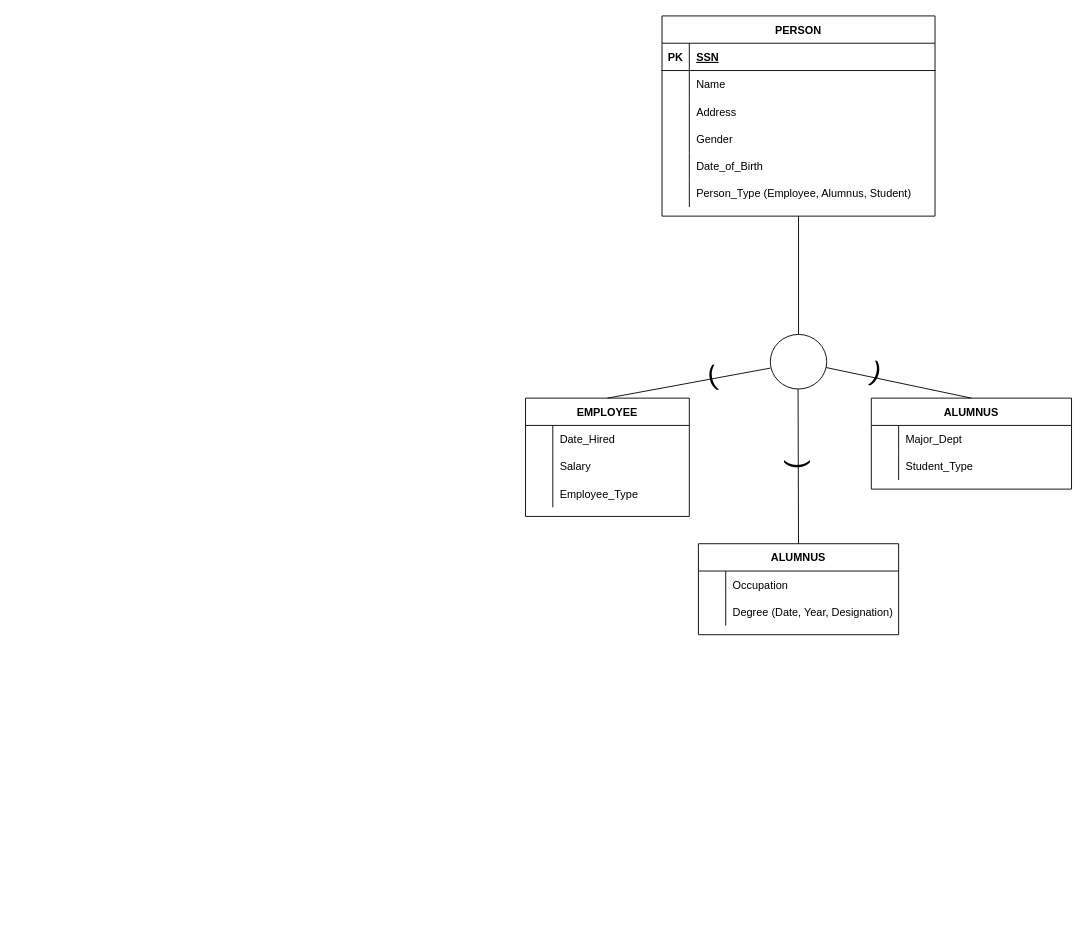
This is EERD.drawio from genebit/draw.io-diagrams, a draw.io file, before an edit. Source tidied: cells renumbered, new cells numbered last; positions are measured from the earlier drawing's top-left corner, leaving out a move shared by most shapes. Both pictures are drawn from the tidied source at 91%, with x=0, y=0 at pixel (525, 15).
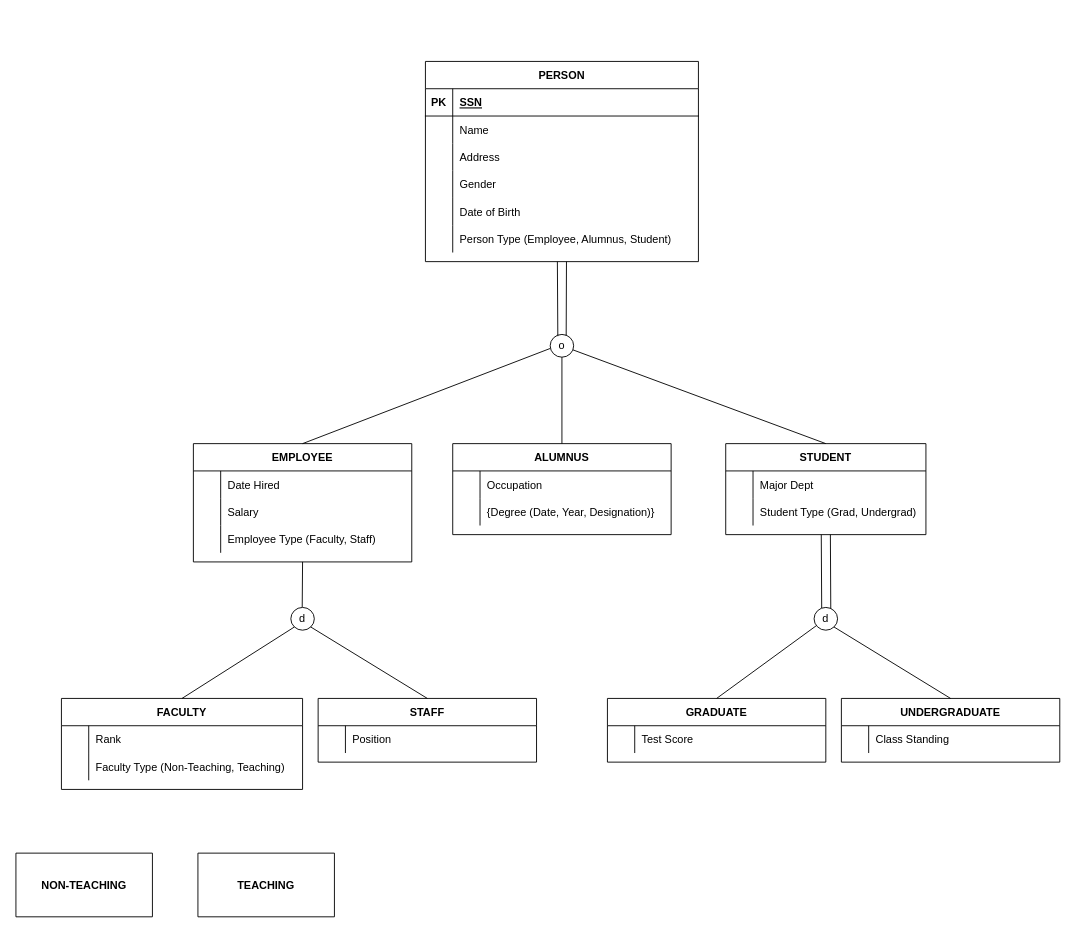
After the change.

Unchanged cells that the change refers to:
```xml
<mxCell id="15" style="shape=tableRow;horizontal=0;startSize=0;swimlaneHead=0;swimlaneBody=0;fillColor=none;top=0;left=0;right=0;bottom=0;" parent="2" vertex="1">
  <mxGeometry y="150" width="300" height="30" as="geometry" />
</mxCell>
<mxCell id="18" style="shape=tableRow;horizontal=0;startSize=0;swimlaneHead=0;swimlaneBody=0;fillColor=none;top=0;left=0;right=0;bottom=0;" parent="2" vertex="1">
  <mxGeometry y="180" width="300" height="30" as="geometry" />
</mxCell>
<mxCell id="41" style="shape=tableRow;horizontal=0;startSize=0;swimlaneHead=0;swimlaneBody=0;fillColor=none;top=0;left=0;right=0;bottom=0;" parent="40" vertex="1">
  <mxGeometry y="30" width="220" height="30" as="geometry" />
</mxCell>
<mxCell id="44" style="shape=tableRow;horizontal=0;startSize=0;swimlaneHead=0;swimlaneBody=0;fillColor=none;top=0;left=0;right=0;bottom=0;" parent="40" vertex="1">
  <mxGeometry y="60" width="220" height="30" as="geometry" />
</mxCell>
```

Change to the diagram source:
```diff
@@
     <mxCell id="2" value="PERSON" style="shape=table;startSize=30;childLayout=tableLayout;rowLines=0;fontStyle=1;align=center;" parent="1" vertex="1">
-      <mxGeometry x="150" width="300" height="220" as="geometry" />
+      <mxGeometry x="-110" y="50" width="300" height="220" as="geometry" />
     </mxCell>
@@
-    <mxCell id="17" value="Date_of_Birth" style="shape=partialRectangle;fillColor=none;top=0;left=0;bottom=0;right=0;align=left;spacingLeft=6;overflow=hidden;" parent="15" vertex="1">
+    <mxCell id="17" value="Date of Birth" style="shape=partialRectangle;fillColor=none;top=0;left=0;bottom=0;right=0;align=left;spacingLeft=6;overflow=hidden;" parent="15" vertex="1">
       <mxGeometry x="30" width="270" height="30" as="geometry" />
     </mxCell>
@@
-    <mxCell id="20" value="Person_Type (Employee, Alumnus, Student)" style="shape=partialRectangle;fillColor=none;top=0;left=0;bottom=0;right=0;align=left;spacingLeft=6;overflow=hidden;" parent="18" vertex="1">
+    <mxCell id="20" value="Person Type (Employee, Alumnus, Student)" style="shape=partialRectangle;fillColor=none;top=0;left=0;bottom=0;right=0;align=left;spacingLeft=6;overflow=hidden;" parent="18" vertex="1">
       <mxGeometry x="30" width="270" height="30" as="geometry" />
     </mxCell>
-    <mxCell id="21" style="endArrow=none;html=1;rounded=0;exitX=0.5;exitY=1;exitDx=0;exitDy=0;" parent="1" edge="1" source="2">
-      <mxGeometry relative="1" as="geometry">
-        <mxPoint x="300" y="350" as="targetPoint" />
-      </mxGeometry>
-    </mxCell>
-    <mxCell id="22" style="ellipse;whiteSpace=wrap;html=1;" parent="1" vertex="1">
-      <mxGeometry x="269" y="350" width="62" height="60" as="geometry" />
+    <mxCell id="22" value="o" style="ellipse;whiteSpace=wrap;html=1;" parent="1" vertex="1">
+      <mxGeometry x="27.1" y="350" width="25.8" height="25" as="geometry" />
     </mxCell>
     <mxCell id="23" value="EMPLOYEE" style="shape=table;startSize=30;childLayout=tableLayout;rowLines=0;fontStyle=1;align=center;" parent="1" vertex="1">
-      <mxGeometry y="420" width="180" height="130" as="geometry" />
+      <mxGeometry x="-365" y="470" width="240" height="130" as="geometry" />
     </mxCell>
     <mxCell id="24" style="shape=tableRow;horizontal=0;startSize=0;swimlaneHead=0;swimlaneBody=0;fillColor=none;top=0;left=0;right=0;bottom=0;" parent="23" vertex="1">
-      <mxGeometry y="30" width="180" height="30" as="geometry" />
+      <mxGeometry y="30" width="240" height="30" as="geometry" />
     </mxCell>
@@
-    <mxCell id="26" value="Date_Hired" style="shape=partialRectangle;fillColor=none;top=0;left=0;bottom=0;right=0;align=left;spacingLeft=6;overflow=hidden;" parent="24" vertex="1">
-      <mxGeometry x="30" width="150" height="30" as="geometry" />
+    <mxCell id="26" value="Date Hired" style="shape=partialRectangle;fillColor=none;top=0;left=0;bottom=0;right=0;align=left;spacingLeft=6;overflow=hidden;" parent="24" vertex="1">
+      <mxGeometry x="30" width="210" height="30" as="geometry" />
     </mxCell>
     <mxCell id="27" style="shape=tableRow;horizontal=0;startSize=0;swimlaneHead=0;swimlaneBody=0;fillColor=none;top=0;left=0;right=0;bottom=0;" parent="23" vertex="1">
-      <mxGeometry y="60" width="180" height="30" as="geometry" />
+      <mxGeometry y="60" width="240" height="30" as="geometry" />
     </mxCell>
@@
     <mxCell id="29" value="Salary" style="shape=partialRectangle;fillColor=none;top=0;left=0;bottom=0;right=0;align=left;spacingLeft=6;overflow=hidden;" parent="27" vertex="1">
-      <mxGeometry x="30" width="150" height="30" as="geometry" />
+      <mxGeometry x="30" width="210" height="30" as="geometry" />
     </mxCell>
     <mxCell id="30" style="shape=tableRow;horizontal=0;startSize=0;swimlaneHead=0;swimlaneBody=0;fillColor=none;top=0;left=0;right=0;bottom=0;" parent="23" vertex="1">
-      <mxGeometry y="90" width="180" height="30" as="geometry" />
+      <mxGeometry y="90" width="240" height="30" as="geometry" />
     </mxCell>
@@
-    <mxCell id="32" value="Employee_Type" style="shape=partialRectangle;fillColor=none;top=0;left=0;bottom=0;right=0;align=left;spacingLeft=6;overflow=hidden;" parent="30" vertex="1">
-      <mxGeometry x="30" width="150" height="30" as="geometry" />
+    <mxCell id="32" value="Employee Type (Faculty, Staff)" style="shape=partialRectangle;fillColor=none;top=0;left=0;bottom=0;right=0;align=left;spacingLeft=6;overflow=hidden;" parent="30" vertex="1">
+      <mxGeometry x="30" width="210" height="30" as="geometry" />
     </mxCell>
     <mxCell id="33" value="ALUMNUS" style="shape=table;startSize=30;childLayout=tableLayout;rowLines=0;fontStyle=1;align=center;" parent="1" vertex="1">
-      <mxGeometry x="190" y="580" width="220" height="100" as="geometry" />
+      <mxGeometry x="-80" y="470" width="240" height="100" as="geometry" />
     </mxCell>
     <mxCell id="34" style="shape=tableRow;horizontal=0;startSize=0;swimlaneHead=0;swimlaneBody=0;fillColor=none;top=0;left=0;right=0;bottom=0;" parent="33" vertex="1">
-      <mxGeometry y="30" width="220" height="30" as="geometry" />
+      <mxGeometry y="30" width="240" height="30" as="geometry" />
     </mxCell>
@@
     <mxCell id="36" value="Occupation" style="shape=partialRectangle;fillColor=none;top=0;left=0;bottom=0;right=0;align=left;spacingLeft=6;overflow=hidden;" parent="34" vertex="1">
-      <mxGeometry x="30" width="190" height="30" as="geometry" />
+      <mxGeometry x="30" width="210" height="30" as="geometry" />
     </mxCell>
     <mxCell id="37" style="shape=tableRow;horizontal=0;startSize=0;swimlaneHead=0;swimlaneBody=0;fillColor=none;top=0;left=0;right=0;bottom=0;" parent="33" vertex="1">
-      <mxGeometry y="60" width="220" height="30" as="geometry" />
+      <mxGeometry y="60" width="240" height="30" as="geometry" />
     </mxCell>
@@
-    <mxCell id="39" value="Degree (Date, Year, Designation)" style="shape=partialRectangle;fillColor=none;top=0;left=0;bottom=0;right=0;align=left;spacingLeft=6;overflow=hidden;" parent="37" vertex="1">
-      <mxGeometry x="30" width="190" height="30" as="geometry" />
+    <mxCell id="39" value="{Degree (Date, Year, Designation)}" style="shape=partialRectangle;fillColor=none;top=0;left=0;bottom=0;right=0;align=left;spacingLeft=6;overflow=hidden;" parent="37" vertex="1">
+      <mxGeometry x="30" width="210" height="30" as="geometry" />
     </mxCell>
-    <mxCell id="40" value="ALUMNUS" style="shape=table;startSize=30;childLayout=tableLayout;rowLines=0;fontStyle=1;align=center;" parent="1" vertex="1">
-      <mxGeometry x="380" y="420" width="220" height="100" as="geometry" />
+    <mxCell id="40" value="STUDENT" style="shape=table;startSize=30;childLayout=tableLayout;rowLines=0;fontStyle=1;align=center;" parent="1" vertex="1">
+      <mxGeometry x="220" y="470" width="220" height="100" as="geometry" />
     </mxCell>
@@
-    <mxCell id="43" value="Major_Dept" style="shape=partialRectangle;fillColor=none;top=0;left=0;bottom=0;right=0;align=left;spacingLeft=6;overflow=hidden;" parent="41" vertex="1">
+    <mxCell id="43" value="Major Dept" style="shape=partialRectangle;fillColor=none;top=0;left=0;bottom=0;right=0;align=left;spacingLeft=6;overflow=hidden;" parent="41" vertex="1">
       <mxGeometry x="30" width="190" height="30" as="geometry" />
     </mxCell>
@@
-    <mxCell id="46" value="Student_Type" style="shape=partialRectangle;fillColor=none;top=0;left=0;bottom=0;right=0;align=left;spacingLeft=6;overflow=hidden;" parent="44" vertex="1">
+    <mxCell id="46" value="Student Type (Grad, Undergrad)" style="shape=partialRectangle;fillColor=none;top=0;left=0;bottom=0;right=0;align=left;spacingLeft=6;overflow=hidden;" parent="44" vertex="1">
       <mxGeometry x="30" width="190" height="30" as="geometry" />
     </mxCell>
@@
-    <mxCell id="48" style="endArrow=none;html=1;rounded=0;exitX=0.5;exitY=1;exitDx=0;exitDy=0;entryX=0.5;entryY=0;entryDx=0;entryDy=0;" parent="1" edge="1" target="33">
-      <mxGeometry relative="1" as="geometry">
-        <mxPoint x="299.5" y="410" as="sourcePoint" />
-      </mxGeometry>
+    <mxCell id="48" style="endArrow=none;html=1;rounded=0;exitX=0.5;exitY=1;exitDx=0;exitDy=0;entryX=0.5;entryY=0;entryDx=0;entryDy=0;" parent="1" edge="1" source="22" target="33">
+      <mxGeometry relative="1" as="geometry" />
     </mxCell>
@@
-    <mxCell id="50" value="&lt;font style=&quot;font-size: 30px;&quot;&gt;(&lt;/font&gt;" style="text;html=1;align=center;verticalAlign=middle;strokeColor=none;fillColor=none;rotation=-10;" parent="1" vertex="1">
-      <mxGeometry x="190" y="370" width="30" height="50" as="geometry" />
-    </mxCell>
-    <mxCell id="51" value="&lt;font style=&quot;font-size: 30px;&quot;&gt;(&lt;/font&gt;" style="text;html=1;align=center;verticalAlign=middle;strokeColor=none;fillColor=none;rotation=-164;" parent="1" vertex="1">
-      <mxGeometry x="370" y="372" width="30" height="50" as="geometry" />
-    </mxCell>
-    <mxCell id="52" value="&lt;font style=&quot;font-size: 30px;&quot;&gt;(&lt;/font&gt;" style="text;html=1;align=center;verticalAlign=middle;strokeColor=none;fillColor=none;rotation=-90;" parent="1" vertex="1">
-      <mxGeometry x="280" y="469" width="30" height="50" as="geometry" />
-    </mxCell>
+    <mxCell id="53" style="endArrow=none;html=1;rounded=0;exitX=0.5;exitY=1;exitDx=0;exitDy=0;" parent="1" edge="1" source="23" target="54">
+      <mxGeometry relative="1" as="geometry" />
+    </mxCell>
+    <mxCell id="54" value="d" style="ellipse;whiteSpace=wrap;html=1;" parent="1" vertex="1">
+      <mxGeometry x="-257.9" y="650" width="25.8" height="25" as="geometry" />
+    </mxCell>
+    <mxCell id="55" value="FACULTY" style="shape=table;startSize=30;childLayout=tableLayout;rowLines=0;fontStyle=1;align=center;" parent="1" vertex="1">
+      <mxGeometry x="-510" y="750" width="265" height="100" as="geometry" />
+    </mxCell>
+    <mxCell id="56" style="shape=tableRow;horizontal=0;startSize=0;swimlaneHead=0;swimlaneBody=0;fillColor=none;top=0;left=0;right=0;bottom=0;" parent="55" vertex="1">
+      <mxGeometry y="30" width="265" height="30" as="geometry" />
+    </mxCell>
+    <mxCell id="57" style="shape=partialRectangle;fillColor=none;top=0;left=0;bottom=0;right=0;overflow=hidden;" parent="56" vertex="1">
+      <mxGeometry width="30" height="30" as="geometry" />
+    </mxCell>
+    <mxCell id="58" value="Rank" style="shape=partialRectangle;fillColor=none;top=0;left=0;bottom=0;right=0;align=left;spacingLeft=6;overflow=hidden;" parent="56" vertex="1">
+      <mxGeometry x="30" width="235" height="30" as="geometry" />
+    </mxCell>
+    <mxCell id="59" style="shape=tableRow;horizontal=0;startSize=0;swimlaneHead=0;swimlaneBody=0;fillColor=none;top=0;left=0;right=0;bottom=0;" parent="55" vertex="1">
+      <mxGeometry y="60" width="265" height="30" as="geometry" />
+    </mxCell>
+    <mxCell id="60" style="shape=partialRectangle;fillColor=none;top=0;left=0;bottom=0;right=0;overflow=hidden;" parent="59" vertex="1">
+      <mxGeometry width="30" height="30" as="geometry" />
+    </mxCell>
+    <mxCell id="61" value="Faculty Type (Non-Teaching, Teaching)" style="shape=partialRectangle;fillColor=none;top=0;left=0;bottom=0;right=0;align=left;spacingLeft=6;overflow=hidden;" parent="59" vertex="1">
+      <mxGeometry x="30" width="235" height="30" as="geometry" />
+    </mxCell>
+    <mxCell id="62" value="STAFF" style="shape=table;startSize=30;childLayout=tableLayout;rowLines=0;fontStyle=1;align=center;" parent="1" vertex="1">
+      <mxGeometry x="-227.9" y="750" width="240" height="70" as="geometry" />
+    </mxCell>
+    <mxCell id="63" style="shape=tableRow;horizontal=0;startSize=0;swimlaneHead=0;swimlaneBody=0;fillColor=none;top=0;left=0;right=0;bottom=0;" parent="62" vertex="1">
+      <mxGeometry y="30" width="240" height="30" as="geometry" />
+    </mxCell>
+    <mxCell id="64" style="shape=partialRectangle;fillColor=none;top=0;left=0;bottom=0;right=0;overflow=hidden;" parent="63" vertex="1">
+      <mxGeometry width="30" height="30" as="geometry" />
+    </mxCell>
+    <mxCell id="65" value="Position" style="shape=partialRectangle;fillColor=none;top=0;left=0;bottom=0;right=0;align=left;spacingLeft=6;overflow=hidden;" parent="63" vertex="1">
+      <mxGeometry x="30" width="210" height="30" as="geometry" />
+    </mxCell>
+    <mxCell id="66" style="endArrow=none;html=1;rounded=0;entryX=0.324;entryY=0.042;entryDx=0;entryDy=0;entryPerimeter=0;" parent="1" edge="1" target="67">
+      <mxGeometry relative="1" as="geometry">
+        <mxPoint x="325" y="570" as="sourcePoint" />
+      </mxGeometry>
+    </mxCell>
+    <mxCell id="67" value="d" style="ellipse;whiteSpace=wrap;html=1;" parent="1" vertex="1">
+      <mxGeometry x="317.1" y="650" width="25.8" height="25" as="geometry" />
+    </mxCell>
+    <mxCell id="68" value="GRADUATE" style="shape=table;startSize=30;childLayout=tableLayout;rowLines=0;fontStyle=1;align=center;" parent="1" vertex="1">
+      <mxGeometry x="90" y="750" width="240" height="70" as="geometry" />
+    </mxCell>
+    <mxCell id="69" style="shape=tableRow;horizontal=0;startSize=0;swimlaneHead=0;swimlaneBody=0;fillColor=none;top=0;left=0;right=0;bottom=0;" parent="68" vertex="1">
+      <mxGeometry y="30" width="240" height="30" as="geometry" />
+    </mxCell>
+    <mxCell id="70" style="shape=partialRectangle;fillColor=none;top=0;left=0;bottom=0;right=0;overflow=hidden;" parent="69" vertex="1">
+      <mxGeometry width="30" height="30" as="geometry" />
+    </mxCell>
+    <mxCell id="71" value="Test Score" style="shape=partialRectangle;fillColor=none;top=0;left=0;bottom=0;right=0;align=left;spacingLeft=6;overflow=hidden;" parent="69" vertex="1">
+      <mxGeometry x="30" width="210" height="30" as="geometry" />
+    </mxCell>
+    <mxCell id="72" value="UNDERGRADUATE" style="shape=table;startSize=30;childLayout=tableLayout;rowLines=0;fontStyle=1;align=center;" parent="1" vertex="1">
+      <mxGeometry x="347.1" y="750" width="240" height="70" as="geometry" />
+    </mxCell>
+    <mxCell id="73" style="shape=tableRow;horizontal=0;startSize=0;swimlaneHead=0;swimlaneBody=0;fillColor=none;top=0;left=0;right=0;bottom=0;" parent="72" vertex="1">
+      <mxGeometry y="30" width="240" height="30" as="geometry" />
+    </mxCell>
+    <mxCell id="74" style="shape=partialRectangle;fillColor=none;top=0;left=0;bottom=0;right=0;overflow=hidden;" parent="73" vertex="1">
+      <mxGeometry width="30" height="30" as="geometry" />
+    </mxCell>
+    <mxCell id="75" value="Class Standing" style="shape=partialRectangle;fillColor=none;top=0;left=0;bottom=0;right=0;align=left;spacingLeft=6;overflow=hidden;" parent="73" vertex="1">
+      <mxGeometry x="30" width="210" height="30" as="geometry" />
+    </mxCell>
+    <mxCell id="76" style="endArrow=none;html=1;rounded=0;exitX=0;exitY=1;exitDx=0;exitDy=0;entryX=0.5;entryY=0;entryDx=0;entryDy=0;" parent="1" edge="1" source="54" target="55">
+      <mxGeometry relative="1" as="geometry" />
+    </mxCell>
+    <mxCell id="77" style="endArrow=none;html=1;rounded=0;exitX=0.5;exitY=0;exitDx=0;exitDy=0;entryX=1;entryY=1;entryDx=0;entryDy=0;" parent="1" edge="1" source="62" target="54">
+      <mxGeometry relative="1" as="geometry" />
+    </mxCell>
+    <mxCell id="78" style="endArrow=none;html=1;rounded=0;entryX=0.5;entryY=0;entryDx=0;entryDy=0;" parent="1" edge="1" source="67" target="68">
+      <mxGeometry relative="1" as="geometry" />
+    </mxCell>
+    <mxCell id="79" style="endArrow=none;html=1;rounded=0;entryX=0.5;entryY=0;entryDx=0;entryDy=0;exitX=1;exitY=1;exitDx=0;exitDy=0;" parent="1" edge="1" source="67" target="72">
+      <mxGeometry relative="1" as="geometry" />
+    </mxCell>
+    <mxCell id="80" style="endArrow=none;html=1;rounded=0;entryX=0.711;entryY=0.064;entryDx=0;entryDy=0;entryPerimeter=0;" parent="1" edge="1" target="67">
+      <mxGeometry relative="1" as="geometry">
+        <mxPoint x="335" y="570" as="sourcePoint" />
+      </mxGeometry>
+    </mxCell>
+    <mxCell id="81" style="endArrow=none;html=1;rounded=0;entryX=0.325;entryY=0.077;entryDx=0;entryDy=0;entryPerimeter=0;" parent="1" edge="1" target="22">
+      <mxGeometry relative="1" as="geometry">
+        <mxPoint x="35" y="270" as="sourcePoint" />
+      </mxGeometry>
+    </mxCell>
+    <mxCell id="82" style="endArrow=none;html=1;rounded=0;entryX=0.681;entryY=0.068;entryDx=0;entryDy=0;entryPerimeter=0;" parent="1" edge="1" target="22">
+      <mxGeometry relative="1" as="geometry">
+        <mxPoint x="45" y="270" as="sourcePoint" />
+      </mxGeometry>
+    </mxCell>
+    <mxCell id="83" value="NON-TEACHING" style="shape=table;startSize=70;childLayout=tableLayout;rowLines=0;fontStyle=1;align=center;" parent="1" vertex="1">
+      <mxGeometry x="-560" y="920" width="150" height="70" as="geometry" />
+    </mxCell>
+    <mxCell id="84" value="TEACHING" style="shape=table;startSize=70;childLayout=tableLayout;rowLines=0;fontStyle=1;align=center;" parent="1" vertex="1">
+      <mxGeometry x="-360" y="920" width="150" height="70" as="geometry" />
+    </mxCell>
```
